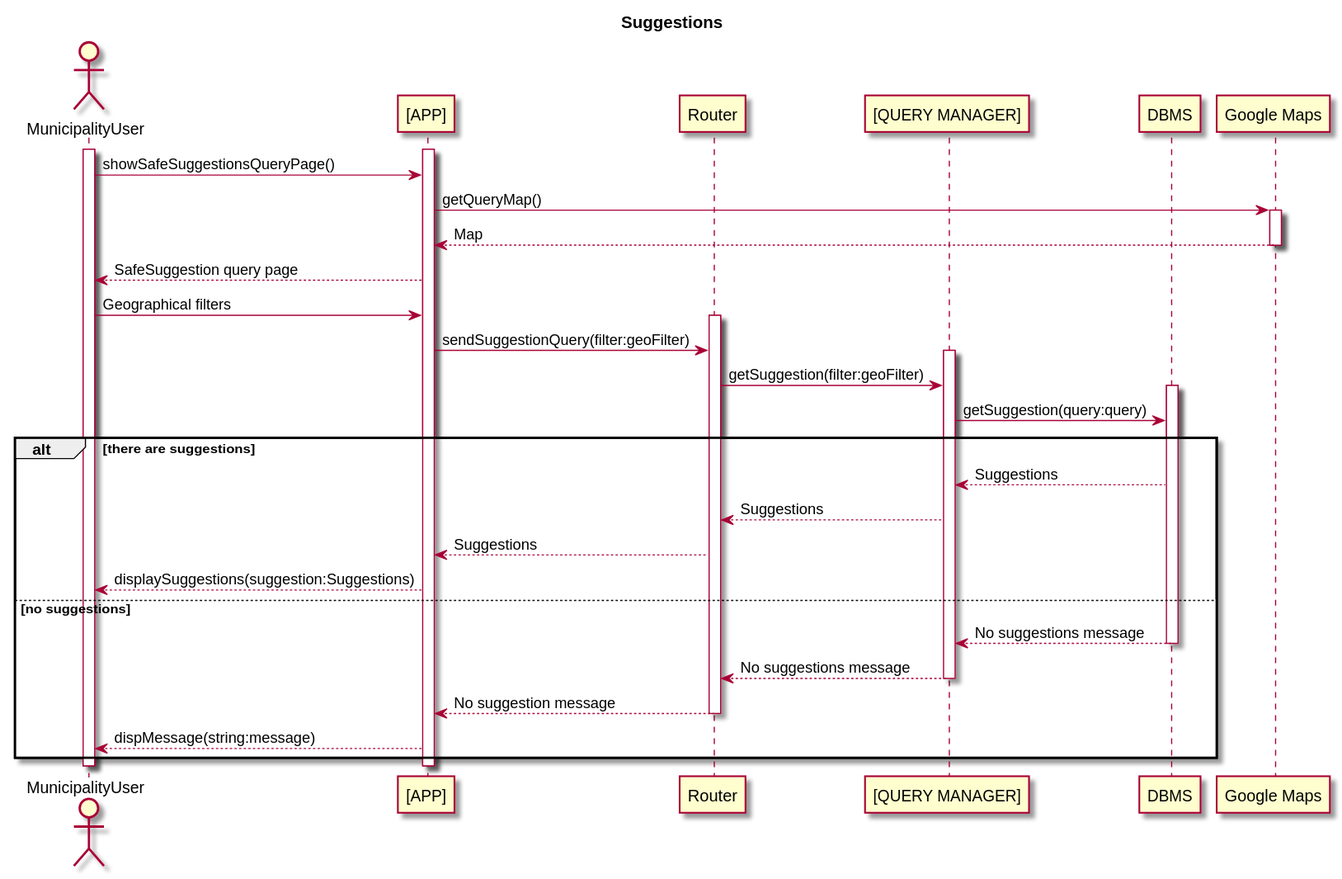
Earlier version of the PlantUML export DD/resources/suggestions.svg (simonebraga/software_engineering_project_2020).
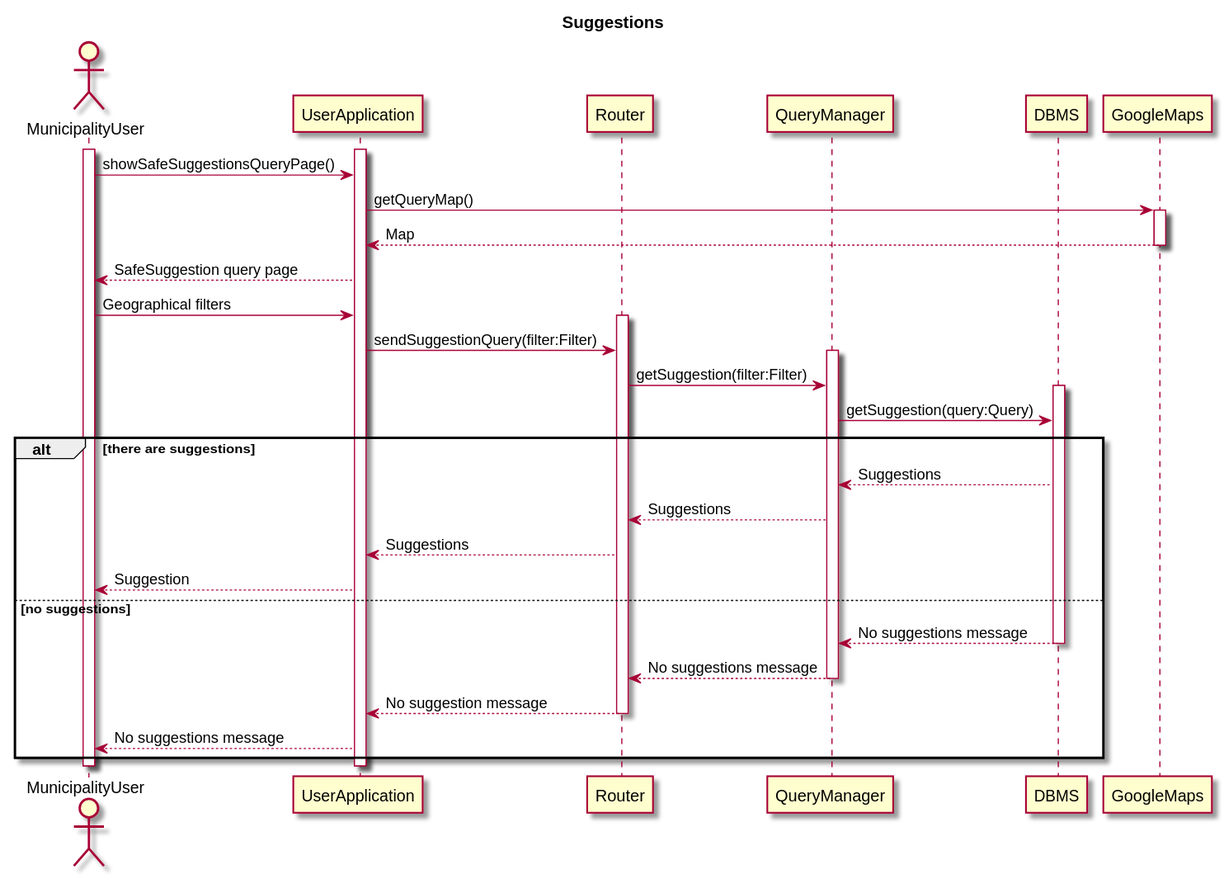
The same file after the commit.

Diff of the diagram source:
```diff
@@ -3,11 +3,11 @@
 title Suggestions
 
 actor MunicipalityUser as user
-participant "[APP]" as app
+participant "UserApplication" as app
 participant Router as rout
-participant "[QUERY MANAGER]" as queryh
+participant "QueryManager" as queryh
 participant DBMS as db
-participant "Google Maps" as google
+participant "GoogleMaps" as google
 
 activate user
 activate app
@@ -24,22 +24,22 @@
 
   activate rout
 
-    app -> rout : sendSuggestionQuery(filter:geoFilter)
+    app -> rout : sendSuggestionQuery(filter:Filter)
 
     activate queryh
 
-      rout -> queryh : getSuggestion(filter:geoFilter)
+      rout -> queryh : getSuggestion(filter:Filter)
 
       activate db
 
-        queryh -> db : getSuggestion(query:query)
+        queryh -> db : getSuggestion(query:Query)
 
         alt there are suggestions
 
           db --> queryh : Suggestions
           queryh --> rout : Suggestions
           rout --> app : Suggestions
-          app --> user : displaySuggestions(suggestion:Suggestions)
+          app --> user : Suggestion
 
         else no suggestions
 
@@ -51,7 +51,7 @@
         deactivate queryh
           rout --> app : No suggestion message
         deactivate rout
-          app --> user : dispMessage(string:message)
+          app --> user : No suggestions message
 
         end
 
```
